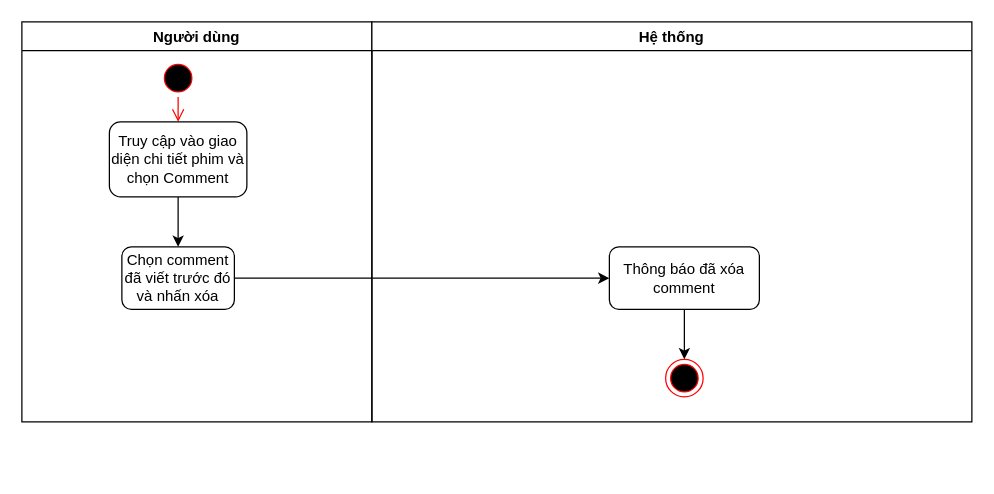
The draw.io diagram Untitled Diagram.drawio in DDLan14/QlSach, before the edit. Source tidied: cells renumbered, new cells numbered last; positions are measured from the earlier drawing's top-left corner, leaving out a move shared by most shapes. Both pictures are drawn from the tidied source at 125%, with x=0, y=0 at pixel (21, 21).
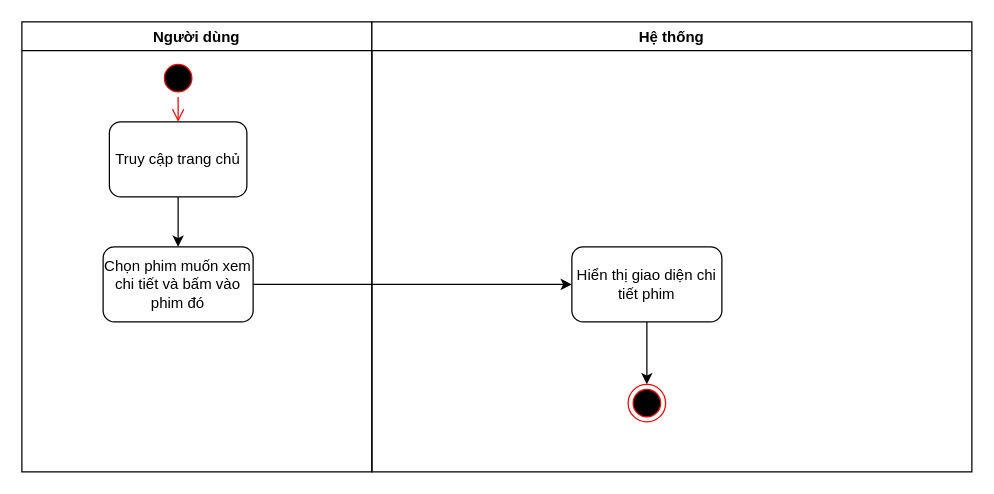
The same diagram, later.

The edit, as a diff of the source:
```diff
@@
 <mxGraphModel>
   <root>
     <mxCell id="0" />
     <mxCell id="1" parent="0" />
     <mxCell id="2" value="Người dùng" style="swimlane;" parent="1" vertex="1">
-      <mxGeometry width="280" height="320" as="geometry" />
+      <mxGeometry width="280" height="360" as="geometry" />
     </mxCell>
     <mxCell id="3" style="ellipse;html=1;shape=startState;fillColor=#000000;strokeColor=#ff0000;" parent="2" vertex="1">
       <mxGeometry x="110" y="30" width="30" height="30" as="geometry" />
     </mxCell>
     <mxCell id="4" style="edgeStyle=orthogonalEdgeStyle;html=1;verticalAlign=bottom;endArrow=open;endSize=8;strokeColor=#ff0000;rounded=0;entryX=0.5;entryY=0;entryDx=0;entryDy=0;" parent="2" edge="1" source="3" target="6">
       <mxGeometry relative="1" as="geometry" />
     </mxCell>
-    <mxCell id="5" style="edgeStyle=orthogonalEdgeStyle;rounded=0;jettySize=auto;html=1;entryX=0.5;entryY=0;entryDx=0;entryDy=0;" parent="2" edge="1" source="6" target="7">
-      <mxGeometry relative="1" as="geometry" />
-    </mxCell>
+    <mxCell id="13" style="edgeStyle=orthogonalEdgeStyle;rounded=0;jettySize=auto;html=1;entryX=0.5;entryY=0;entryDx=0;entryDy=0;" parent="2" edge="1" source="6" target="14">
+      <mxGeometry relative="1" as="geometry" />
+    </mxCell>
-    <mxCell id="6" value="Truy cập vào giao diện chi tiết phim và chọn Comment" style="rounded=1;whiteSpace=wrap;html=1;" parent="2" vertex="1">
+    <mxCell id="6" value="Truy cập trang chủ" style="rounded=1;whiteSpace=wrap;html=1;" parent="2" vertex="1">
       <mxGeometry x="70" y="80" width="110" height="60" as="geometry" />
     </mxCell>
-    <mxCell id="7" value="Chọn comment đã viết trước đó và nhấn xóa" style="rounded=1;whiteSpace=wrap;html=1;" parent="2" vertex="1">
-      <mxGeometry x="80" y="180" width="90" height="50" as="geometry" />
-    </mxCell>
+    <mxCell id="14" value="Chọn phim muốn xem chi tiết và bấm vào phim đó" style="rounded=1;whiteSpace=wrap;html=1;" parent="2" vertex="1">
+      <mxGeometry x="65" y="180" width="120" height="60" as="geometry" />
+    </mxCell>
     <mxCell id="8" value="Hệ thống" style="swimlane;" parent="1" vertex="1">
-      <mxGeometry x="280" width="480" height="320" as="geometry" />
+      <mxGeometry x="280" width="480" height="360" as="geometry" />
     </mxCell>
-    <mxCell id="9" style="ellipse;html=1;shape=endState;fillColor=#000000;strokeColor=#ff0000;" parent="8" vertex="1">
-      <mxGeometry x="235" y="270" width="30" height="30" as="geometry" />
+    <mxCell id="9" style="ellipse;html=1;shape=endState;fillColor=#000000;strokeColor=#ff0000;direction=south;" parent="8" vertex="1">
+      <mxGeometry x="205" y="290" width="30" height="30" as="geometry" />
     </mxCell>
-    <mxCell id="10" style="edgeStyle=orthogonalEdgeStyle;rounded=0;jettySize=auto;html=1;entryX=0.5;entryY=0;entryDx=0;entryDy=0;" parent="8" edge="1" source="11" target="9">
-      <mxGeometry relative="1" as="geometry" />
-    </mxCell>
-    <mxCell id="11" value="Thông báo đã xóa comment" style="rounded=1;whiteSpace=wrap;html=1;" parent="8" vertex="1">
-      <mxGeometry x="190" y="180" width="120" height="50" as="geometry" />
-    </mxCell>
-    <mxCell id="12" style="edgeStyle=orthogonalEdgeStyle;rounded=0;jettySize=auto;html=1;entryX=0;entryY=0.5;entryDx=0;entryDy=0;entryPerimeter=0;" parent="1" edge="1" source="7" target="11">
-      <mxGeometry relative="1" as="geometry" />
-    </mxCell>
+    <mxCell id="15" style="edgeStyle=orthogonalEdgeStyle;rounded=0;jettySize=auto;html=1;exitX=0.5;exitY=1;exitDx=0;exitDy=0;entryX=0;entryY=0.5;entryDx=0;entryDy=0;" parent="8" edge="1" source="16" target="9">
+      <mxGeometry relative="1" as="geometry" />
+    </mxCell>
+    <mxCell id="16" value="Hiển thị giao diện chi tiết phim" style="rounded=1;whiteSpace=wrap;html=1;" parent="8" vertex="1">
+      <mxGeometry x="160" y="180" width="120" height="60" as="geometry" />
+    </mxCell>
+    <mxCell id="17" style="edgeStyle=orthogonalEdgeStyle;rounded=0;jettySize=auto;html=1;entryX=0;entryY=0.5;entryDx=0;entryDy=0;" parent="1" edge="1" source="14" target="16">
+      <mxGeometry relative="1" as="geometry" />
+    </mxCell>
   </root>
 </mxGraphModel>
```
